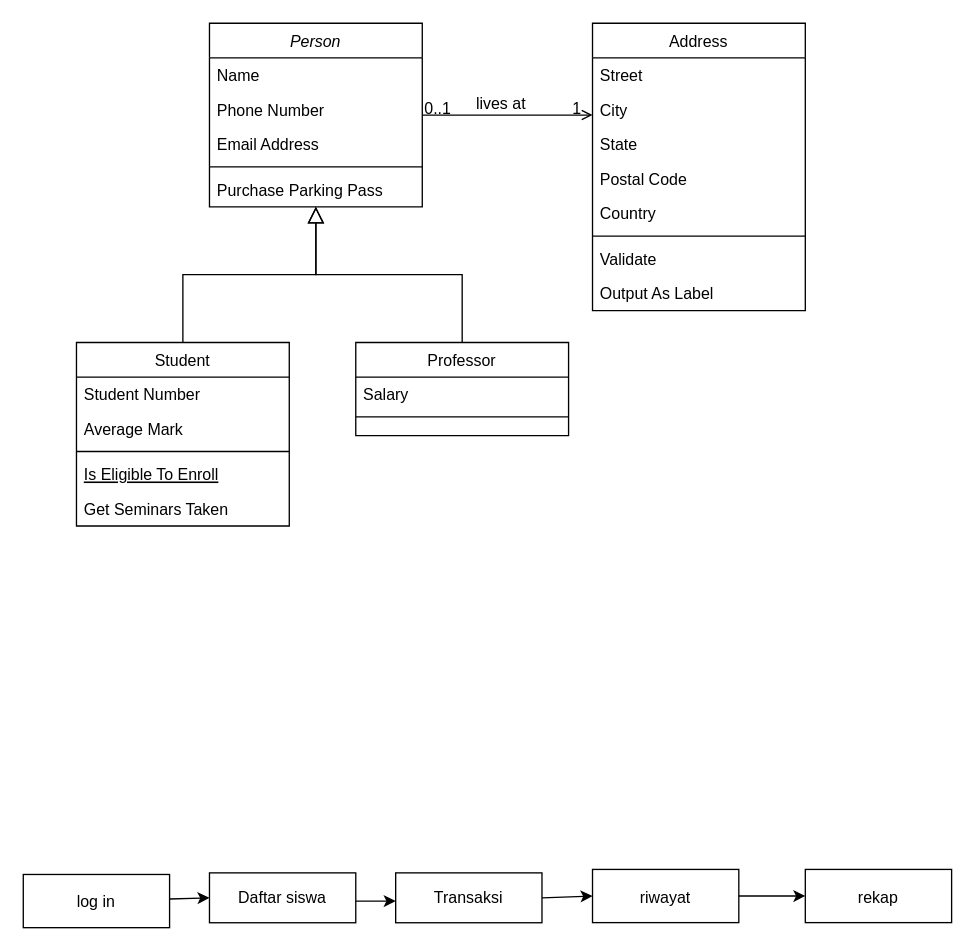
This is Untitled Diagram.drawio from Aurayulia/Jobsheet1, a draw.io file, before an edit. Source tidied: cells renumbered, new cells numbered last; positions are measured from the earlier drawing's top-left corner, leaving out a move shared by most shapes. Both pictures are drawn from the tidied source at 133%, with x=0, y=0 at pixel (23, 23).
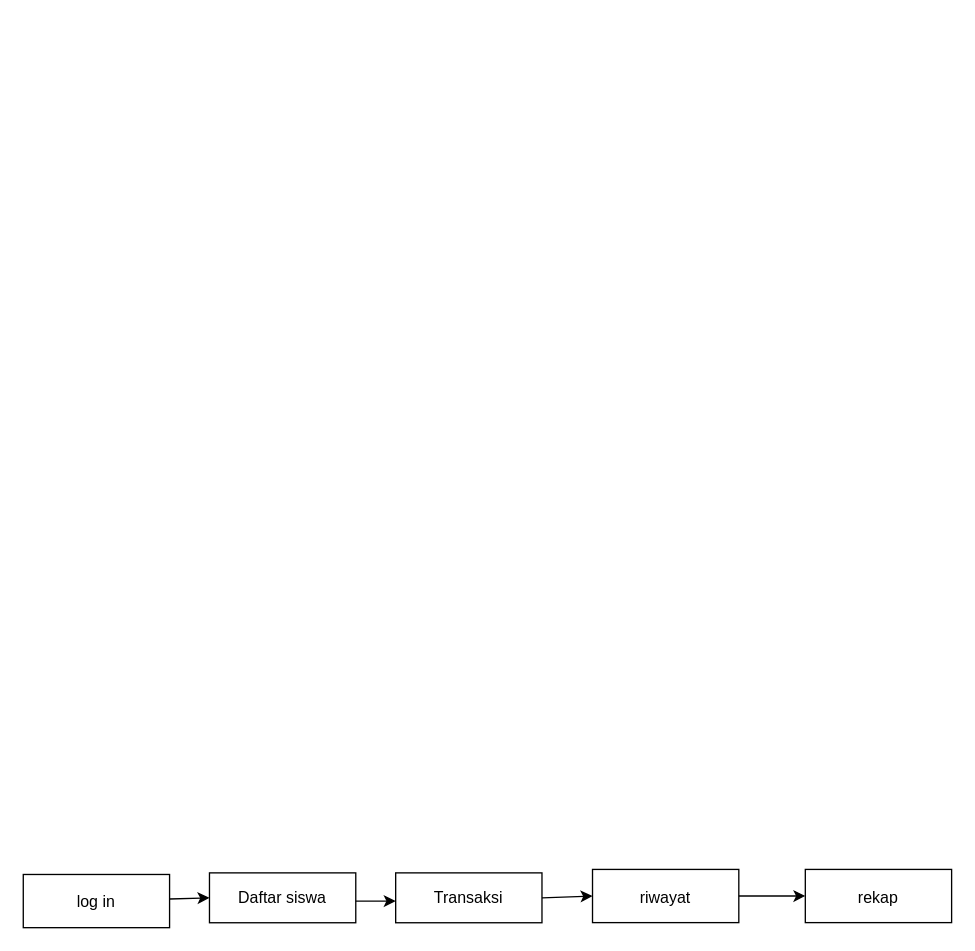
The same page after the edit.

The edit, as a diff of the source:
```diff
@@
-    <mxCell id="2" value="Person" style="swimlane;fontStyle=2;align=center;verticalAlign=top;horizontal=1;startSize=26;rounded=0;shadow=0;strokeWidth=1;" parent="1" vertex="1">
-      <mxGeometry x="140" width="160" height="138" as="geometry" />
-    </mxCell>
-    <mxCell id="3" value="Name" style="text;align=left;verticalAlign=top;spacingLeft=4;spacingRight=4;overflow=hidden;" parent="2" vertex="1">
-      <mxGeometry y="26" width="160" height="26" as="geometry" />
-    </mxCell>
-    <mxCell id="4" value="Phone Number" style="text;align=left;verticalAlign=top;spacingLeft=4;spacingRight=4;overflow=hidden;rounded=0;shadow=0;html=0;" parent="2" vertex="1">
-      <mxGeometry y="52" width="160" height="26" as="geometry" />
-    </mxCell>
-    <mxCell id="5" value="Email Address" style="text;align=left;verticalAlign=top;spacingLeft=4;spacingRight=4;overflow=hidden;rounded=0;shadow=0;html=0;" parent="2" vertex="1">
-      <mxGeometry y="78" width="160" height="26" as="geometry" />
-    </mxCell>
-    <mxCell id="6" style="line;html=1;strokeWidth=1;align=left;verticalAlign=middle;spacingTop=-1;spacingLeft=3;spacingRight=3;labelPosition=right;" parent="2" vertex="1">
-      <mxGeometry y="104" width="160" height="8" as="geometry" />
-    </mxCell>
-    <mxCell id="7" value="Purchase Parking Pass" style="text;align=left;verticalAlign=top;spacingLeft=4;spacingRight=4;overflow=hidden;" parent="2" vertex="1">
-      <mxGeometry y="112" width="160" height="26" as="geometry" />
-    </mxCell>
-    <mxCell id="8" value="Student" style="swimlane;fontStyle=0;align=center;verticalAlign=top;horizontal=1;startSize=26;rounded=0;shadow=0;strokeWidth=1;" parent="1" vertex="1">
-      <mxGeometry x="40" y="240" width="160" height="138" as="geometry" />
-    </mxCell>
-    <mxCell id="9" value="Student Number" style="text;align=left;verticalAlign=top;spacingLeft=4;spacingRight=4;overflow=hidden;" parent="8" vertex="1">
-      <mxGeometry y="26" width="160" height="26" as="geometry" />
-    </mxCell>
-    <mxCell id="10" value="Average Mark" style="text;align=left;verticalAlign=top;spacingLeft=4;spacingRight=4;overflow=hidden;rounded=0;shadow=0;html=0;" parent="8" vertex="1">
-      <mxGeometry y="52" width="160" height="26" as="geometry" />
-    </mxCell>
-    <mxCell id="11" style="line;html=1;strokeWidth=1;align=left;verticalAlign=middle;spacingTop=-1;spacingLeft=3;spacingRight=3;labelPosition=right;" parent="8" vertex="1">
-      <mxGeometry y="78" width="160" height="8" as="geometry" />
-    </mxCell>
-    <mxCell id="12" value="Is Eligible To Enroll" style="text;align=left;verticalAlign=top;spacingLeft=4;spacingRight=4;overflow=hidden;fontStyle=4;" parent="8" vertex="1">
-      <mxGeometry y="86" width="160" height="26" as="geometry" />
-    </mxCell>
-    <mxCell id="13" value="Get Seminars Taken" style="text;align=left;verticalAlign=top;spacingLeft=4;spacingRight=4;overflow=hidden;" parent="8" vertex="1">
-      <mxGeometry y="112" width="160" height="26" as="geometry" />
-    </mxCell>
-    <mxCell id="14" style="endArrow=block;endSize=10;endFill=0;shadow=0;strokeWidth=1;rounded=0;curved=0;edgeStyle=elbowEdgeStyle;elbow=vertical;" parent="1" edge="1" source="8" target="2">
-      <mxGeometry relative="1" as="geometry" />
-    </mxCell>
-    <mxCell id="15" value="Professor" style="swimlane;fontStyle=0;align=center;verticalAlign=top;horizontal=1;startSize=26;rounded=0;shadow=0;strokeWidth=1;" parent="1" vertex="1">
-      <mxGeometry x="250" y="240" width="160" height="70" as="geometry" />
-    </mxCell>
-    <mxCell id="16" value="Salary" style="text;align=left;verticalAlign=top;spacingLeft=4;spacingRight=4;overflow=hidden;" parent="15" vertex="1">
-      <mxGeometry y="26" width="160" height="26" as="geometry" />
-    </mxCell>
-    <mxCell id="17" style="line;html=1;strokeWidth=1;align=left;verticalAlign=middle;spacingTop=-1;spacingLeft=3;spacingRight=3;labelPosition=right;" parent="15" vertex="1">
-      <mxGeometry y="52" width="160" height="8" as="geometry" />
-    </mxCell>
-    <mxCell id="18" style="endArrow=block;endSize=10;endFill=0;shadow=0;strokeWidth=1;rounded=0;curved=0;edgeStyle=elbowEdgeStyle;elbow=vertical;" parent="1" edge="1" source="15" target="2">
-      <mxGeometry relative="1" as="geometry" />
-    </mxCell>
-    <mxCell id="19" value="Address" style="swimlane;fontStyle=0;align=center;verticalAlign=top;horizontal=1;startSize=26;rounded=0;shadow=0;strokeWidth=1;" parent="1" vertex="1">
-      <mxGeometry x="428" width="160" height="216" as="geometry" />
-    </mxCell>
-    <mxCell id="20" value="Street" style="text;align=left;verticalAlign=top;spacingLeft=4;spacingRight=4;overflow=hidden;" parent="19" vertex="1">
-      <mxGeometry y="26" width="160" height="26" as="geometry" />
-    </mxCell>
-    <mxCell id="21" value="City" style="text;align=left;verticalAlign=top;spacingLeft=4;spacingRight=4;overflow=hidden;rounded=0;shadow=0;html=0;" parent="19" vertex="1">
-      <mxGeometry y="52" width="160" height="26" as="geometry" />
-    </mxCell>
-    <mxCell id="22" value="State" style="text;align=left;verticalAlign=top;spacingLeft=4;spacingRight=4;overflow=hidden;rounded=0;shadow=0;html=0;" parent="19" vertex="1">
-      <mxGeometry y="78" width="160" height="26" as="geometry" />
-    </mxCell>
-    <mxCell id="23" value="Postal Code" style="text;align=left;verticalAlign=top;spacingLeft=4;spacingRight=4;overflow=hidden;rounded=0;shadow=0;html=0;" parent="19" vertex="1">
-      <mxGeometry y="104" width="160" height="26" as="geometry" />
-    </mxCell>
-    <mxCell id="24" value="Country" style="text;align=left;verticalAlign=top;spacingLeft=4;spacingRight=4;overflow=hidden;rounded=0;shadow=0;html=0;" parent="19" vertex="1">
-      <mxGeometry y="130" width="160" height="26" as="geometry" />
-    </mxCell>
-    <mxCell id="25" style="line;html=1;strokeWidth=1;align=left;verticalAlign=middle;spacingTop=-1;spacingLeft=3;spacingRight=3;labelPosition=right;" parent="19" vertex="1">
-      <mxGeometry y="156" width="160" height="8" as="geometry" />
-    </mxCell>
-    <mxCell id="26" value="Validate" style="text;align=left;verticalAlign=top;spacingLeft=4;spacingRight=4;overflow=hidden;" parent="19" vertex="1">
-      <mxGeometry y="164" width="160" height="26" as="geometry" />
-    </mxCell>
-    <mxCell id="27" value="Output As Label" style="text;align=left;verticalAlign=top;spacingLeft=4;spacingRight=4;overflow=hidden;" parent="19" vertex="1">
-      <mxGeometry y="190" width="160" height="26" as="geometry" />
-    </mxCell>
-    <mxCell id="28" style="endArrow=open;shadow=0;strokeWidth=1;rounded=0;curved=0;endFill=1;edgeStyle=elbowEdgeStyle;elbow=vertical;" parent="1" edge="1" source="2" target="19">
-      <mxGeometry x="0.5" y="41" relative="1" as="geometry">
-        <mxPoint x="-40" y="32" as="offset" />
-      </mxGeometry>
-    </mxCell>
-    <mxCell id="29" value="0..1" style="align=left;verticalAlign=bottom;labelBackgroundColor=none;fontSize=12;" parent="28" vertex="1">
-      <mxGeometry x="-1" relative="1" as="geometry">
-        <mxPoint y="4" as="offset" />
-      </mxGeometry>
-    </mxCell>
-    <mxCell id="30" value="1" style="align=right;verticalAlign=bottom;labelBackgroundColor=none;fontSize=12;" parent="28" vertex="1">
-      <mxGeometry x="1" relative="1" as="geometry">
-        <mxPoint x="-7" y="4" as="offset" />
-      </mxGeometry>
-    </mxCell>
-    <mxCell id="31" value="lives at" style="text;html=1;align=center;verticalAlign=middle;labelBackgroundColor=none;rounded=0;shadow=0;strokeWidth=1;fontSize=12;" parent="28" vertex="1">
-      <mxGeometry x="0.5" y="49" relative="1" as="geometry">
-        <mxPoint x="-38" y="40" as="offset" />
-      </mxGeometry>
-    </mxCell>
```
